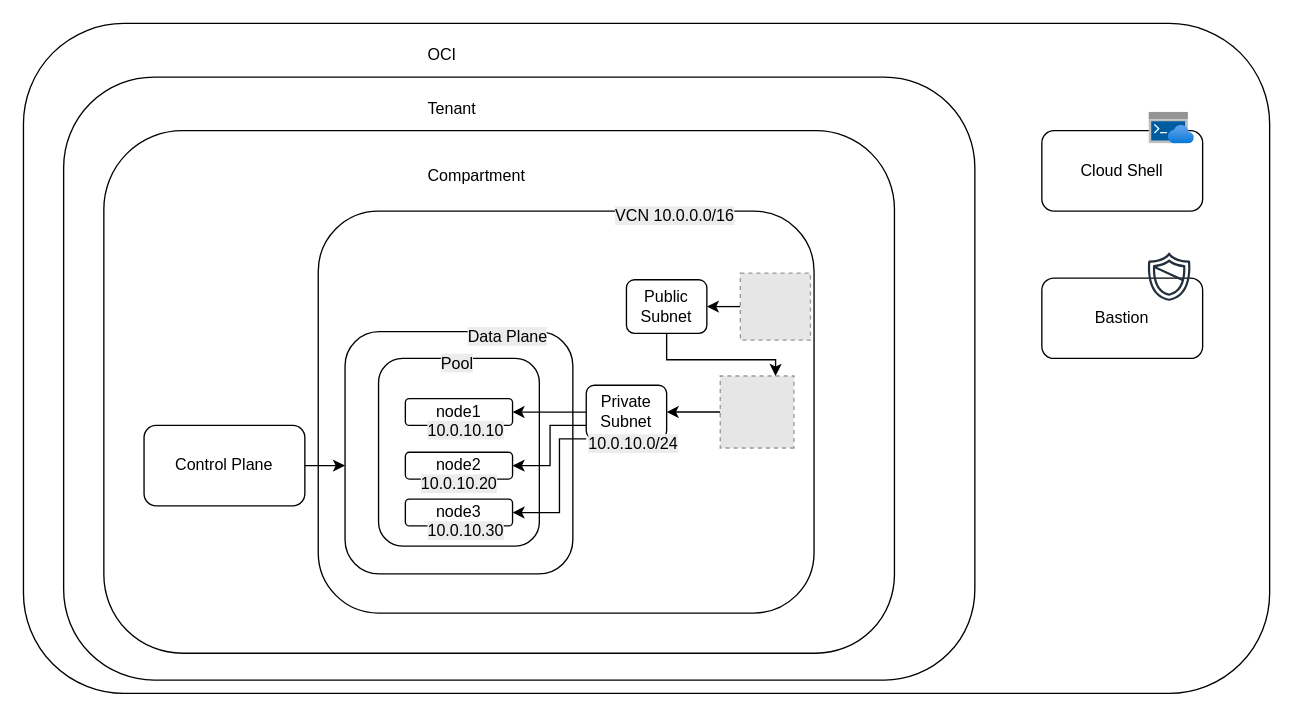
This is OCI-DNS-LB-OKE-Pod-Logs.drawio from vkolyvas/Cheat-Sheet-for-Solutions-Architects-OCI-1Z0-1072-25, a draw.io file, before an edit. Source tidied: cells renumbered, new cells numbered last; positions are measured from the earlier drawing's top-left corner, leaving out a move shared by most shapes. Both pictures are drawn from the tidied source at 134%, with x=0, y=0 at pixel (23, 23). Pictures stored in the file or linked from it are replaced by grey dashed boxes.
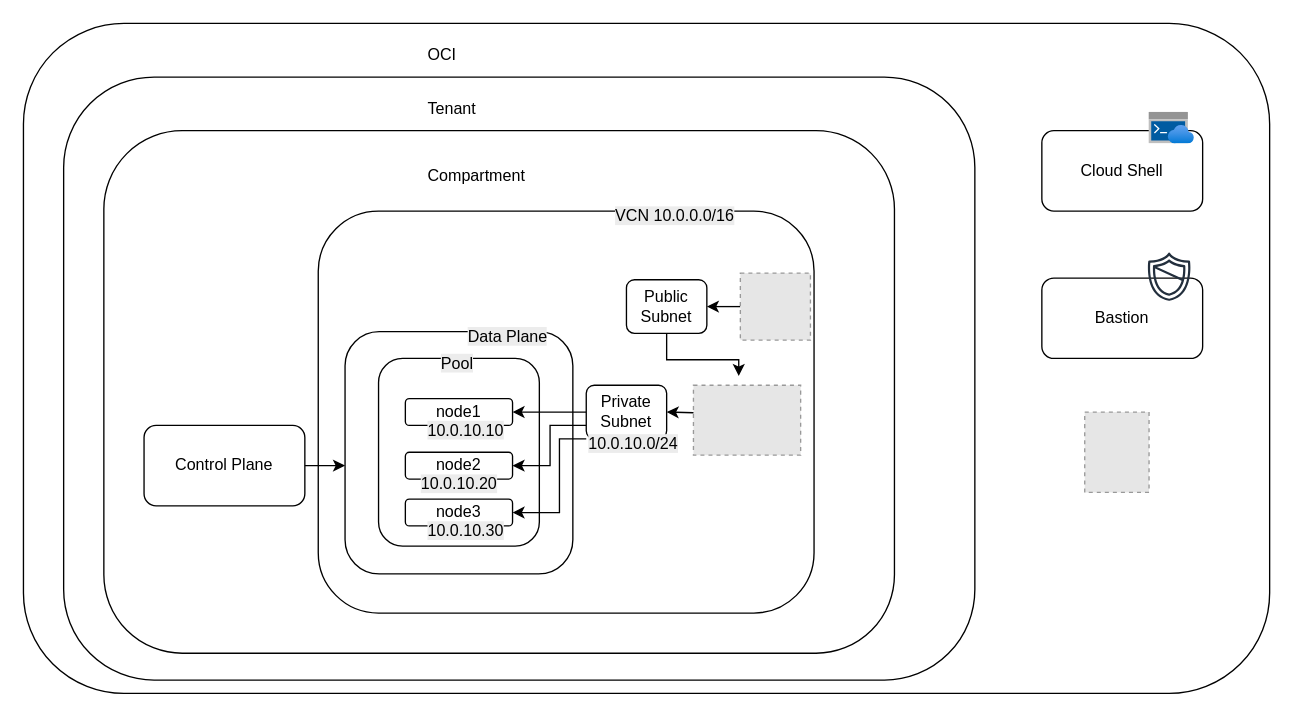
After the change.

The change refers to these unchanged cells:
```xml
<mxCell id="35" value="Private Subnet" style="rounded=1;whiteSpace=wrap;html=1;" parent="34" vertex="1">
  <mxGeometry width="60" height="40" as="geometry" />
</mxCell>
<mxCell id="38" value="Public Subnet" style="rounded=1;whiteSpace=wrap;html=1;" parent="1" vertex="1">
  <mxGeometry x="450" y="191.3" width="60" height="40" as="geometry" />
</mxCell>
```

What changed in the source:
```diff
@@
-    <mxCell id="25" style="edgeStyle=orthogonalEdgeStyle;rounded=0;jettySize=auto;html=1;exitX=1;exitY=0.5;exitDx=0;exitDy=0;" parent="1" edge="1" source="26" target="35">
-      <mxGeometry relative="1" as="geometry" />
+    <mxCell id="25" style="edgeStyle=orthogonalEdgeStyle;rounded=0;jettySize=auto;html=1;exitX=0;exitY=0.5;exitDx=0;exitDy=0;" parent="1" edge="1" target="35">
+      <mxGeometry relative="1" as="geometry">
+        <mxPoint x="520" y="290" as="sourcePoint" />
+      </mxGeometry>
     </mxCell>
-    <mxCell id="26" style="fillColor=#E6E6E6;strokeColor=#999999;dashed=1;verticalLabelPosition=bottom;labelBackgroundColor=default;verticalAlign=top;rotation=-180;" parent="1" vertex="1">
-      <mxGeometry x="520" y="263.1" width="55" height="53.7" as="geometry" />
-    </mxCell>
@@
-    <mxCell id="37" style="edgeStyle=orthogonalEdgeStyle;rounded=0;jettySize=auto;html=1;exitX=0.5;exitY=1;exitDx=0;exitDy=0;entryX=0.25;entryY=1;entryDx=0;entryDy=0;" parent="1" edge="1" source="38" target="26">
+    <mxCell id="37" style="edgeStyle=orthogonalEdgeStyle;rounded=0;jettySize=auto;html=1;exitX=0.5;exitY=1;exitDx=0;exitDy=0;entryX=0.25;entryY=0;entryDx=0;entryDy=0;" parent="1" edge="1" source="38">
       <mxGeometry relative="1" as="geometry">
+        <mxPoint x="533.8" y="263.1" as="targetPoint" />
         <Array as="points">
           <mxPoint x="480" y="251" />
-          <mxPoint x="561" y="251" />
+          <mxPoint x="534" y="251" />
         </Array>
       </mxGeometry>
     </mxCell>
@@
+    <mxCell id="39" style="fillColor=#E6E6E6;strokeColor=#999999;dashed=1;verticalLabelPosition=bottom;labelBackgroundColor=default;verticalAlign=top;" parent="1" vertex="1">
+      <mxGeometry x="792" y="290" width="48" height="60" as="geometry" />
+    </mxCell>
+    <mxCell id="40" style="fillColor=#E6E6E6;strokeColor=#999999;dashed=1;verticalLabelPosition=bottom;labelBackgroundColor=default;verticalAlign=top;" parent="1" vertex="1">
+      <mxGeometry x="500" y="270" width="80" height="52.2" as="geometry" />
+    </mxCell>
```
